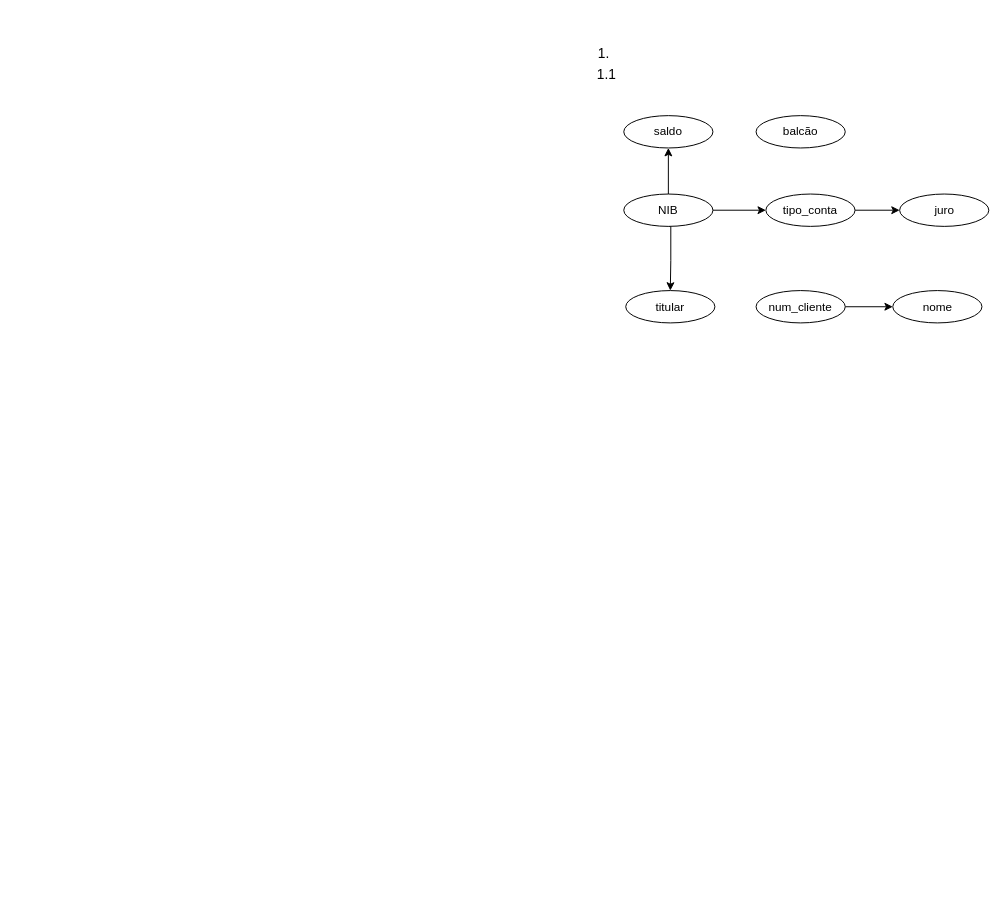
The draw.io diagram 2019/Teoricas/EIBD1920_Ficha_de_Normalizacao_1.0.drawio in TiagoCaetanoPT/Base-Dados, before the edit. Source tidied: cells renumbered, new cells numbered last; positions are measured from the earlier drawing's top-left corner, leaving out a move shared by most shapes. Both pictures are drawn from the tidied source at 98%, with x=0, y=0 at pixel (595, 42).
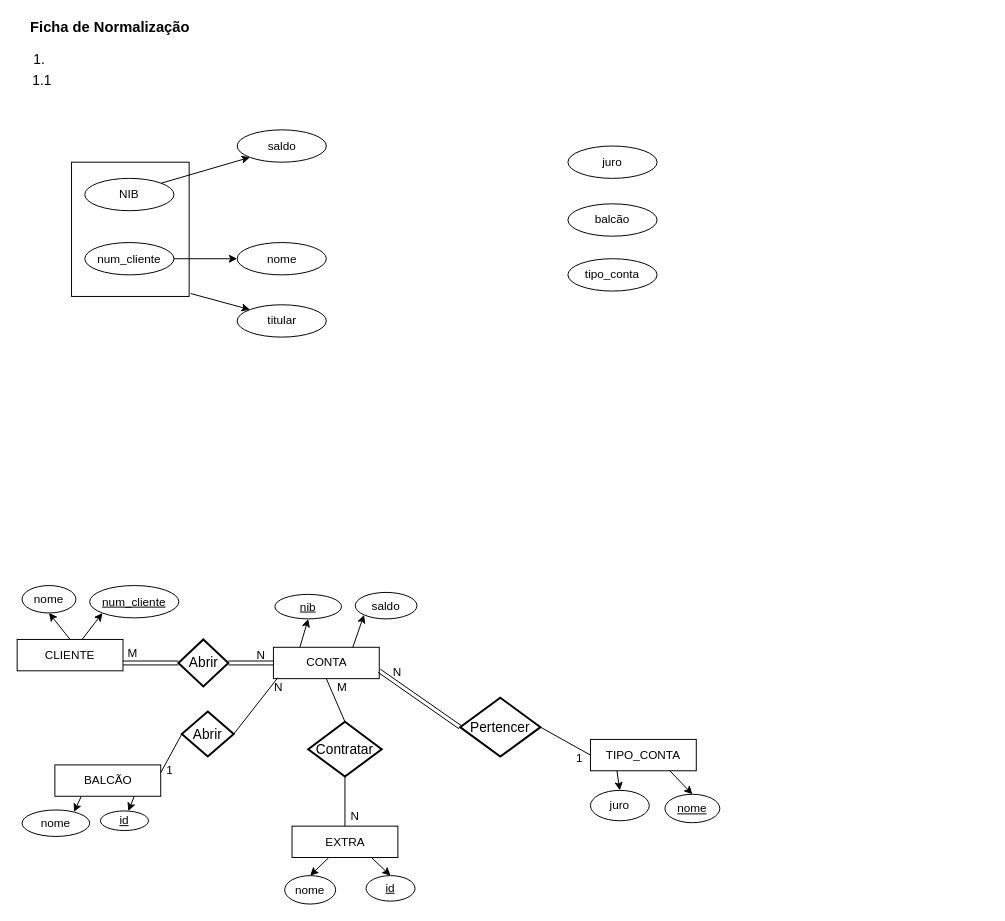
The same page after the edit.

The edit, as a diff of the source:
```diff
@@
+    <mxCell id="17" style="rounded=0;whiteSpace=wrap;html=1;" parent="1" vertex="1">
+      <mxGeometry x="-534.5" y="122" width="120" height="137" as="geometry" />
+    </mxCell>
     <mxCell id="2" value="balcão" style="ellipse;whiteSpace=wrap;html=1;" parent="1" vertex="1">
-      <mxGeometry x="164" y="74.5" width="91" height="33" as="geometry" />
+      <mxGeometry x="-28" y="164.5" width="91" height="33" as="geometry" />
     </mxCell>
     <mxCell id="3" value="nome" style="ellipse;whiteSpace=wrap;html=1;" parent="1" vertex="1">
-      <mxGeometry x="303.5" y="253" width="91" height="33" as="geometry" />
+      <mxGeometry x="-365.5" y="204" width="91" height="33" as="geometry" />
     </mxCell>
-    <mxCell id="4" value="titular" style="ellipse;whiteSpace=wrap;html=1;" parent="1" vertex="1">
-      <mxGeometry x="31" y="253" width="91" height="33" as="geometry" />
-    </mxCell>
     <mxCell id="5" value="saldo" style="ellipse;whiteSpace=wrap;html=1;" parent="1" vertex="1">
-      <mxGeometry x="29" y="74.5" width="91" height="33" as="geometry" />
+      <mxGeometry x="-365.5" y="89" width="91" height="33" as="geometry" />
     </mxCell>
-    <mxCell id="6" style="edgeStyle=orthogonalEdgeStyle;rounded=0;jettySize=auto;html=1;exitX=1;exitY=0.5;exitDx=0;exitDy=0;entryX=0;entryY=0.5;entryDx=0;entryDy=0;" parent="1" edge="1" source="7" target="8">
-      <mxGeometry relative="1" as="geometry" />
-    </mxCell>
     <mxCell id="7" value="tipo_conta" style="ellipse;whiteSpace=wrap;html=1;" parent="1" vertex="1">
-      <mxGeometry x="174" y="154.5" width="91" height="33" as="geometry" />
+      <mxGeometry x="-28" y="220.5" width="91" height="33" as="geometry" />
     </mxCell>
     <mxCell id="8" value="juro" style="ellipse;whiteSpace=wrap;html=1;" parent="1" vertex="1">
-      <mxGeometry x="310.5" y="154.5" width="91" height="33" as="geometry" />
+      <mxGeometry x="-28" y="105.5" width="91" height="33" as="geometry" />
     </mxCell>
-    <mxCell id="9" style="edgeStyle=orthogonalEdgeStyle;rounded=0;jettySize=auto;html=1;exitX=0.5;exitY=0;exitDx=0;exitDy=0;entryX=0.5;entryY=1;entryDx=0;entryDy=0;" parent="1" edge="1" source="14" target="5">
-      <mxGeometry relative="1" as="geometry" />
-    </mxCell>
-    <mxCell id="10" style="edgeStyle=orthogonalEdgeStyle;rounded=0;jettySize=auto;html=1;exitX=0.5;exitY=1;exitDx=0;exitDy=0;entryX=0.5;entryY=0;entryDx=0;entryDy=0;" parent="1" edge="1" source="14" target="4">
-      <mxGeometry relative="1" as="geometry">
-        <Array as="points">
-          <mxPoint x="77" y="222.5" />
-          <mxPoint x="77" y="222.5" />
-        </Array>
-      </mxGeometry>
-    </mxCell>
-    <mxCell id="11" style="edgeStyle=orthogonalEdgeStyle;rounded=0;jettySize=auto;html=1;exitX=1;exitY=0.5;exitDx=0;exitDy=0;" parent="1" edge="1" source="12" target="3">
-      <mxGeometry relative="1" as="geometry" />
-    </mxCell>
     <mxCell id="12" value="num_cliente" style="ellipse;whiteSpace=wrap;html=1;" parent="1" vertex="1">
-      <mxGeometry x="164" y="253" width="91" height="33" as="geometry" />
+      <mxGeometry x="-521" y="204" width="91" height="33" as="geometry" />
     </mxCell>
-    <mxCell id="13" style="edgeStyle=orthogonalEdgeStyle;rounded=0;jettySize=auto;html=1;exitX=1;exitY=0.5;exitDx=0;exitDy=0;entryX=0;entryY=0.5;entryDx=0;entryDy=0;" parent="1" edge="1" source="14" target="7">
-      <mxGeometry relative="1" as="geometry" />
-    </mxCell>
     <mxCell id="14" value="NIB" style="ellipse;whiteSpace=wrap;html=1;" parent="1" vertex="1">
-      <mxGeometry x="29" y="154.5" width="91" height="33" as="geometry" />
+      <mxGeometry x="-521" y="138.5" width="91" height="33" as="geometry" />
     </mxCell>
     <mxCell id="15" value="&lt;font style=&quot;font-size: 14px&quot;&gt;1.&lt;/font&gt;" style="text;html=1;align=left;verticalAlign=top;spacingTop=-4;" parent="1" vertex="1">
-      <mxGeometry x="1" width="22" height="15" as="geometry" />
+      <mxGeometry x="-575" y="6" width="22" height="15" as="geometry" />
     </mxCell>
     <mxCell id="16" value="&lt;font style=&quot;font-size: 14px&quot;&gt;1.1&lt;br&gt;&lt;/font&gt;" style="text;html=1;align=left;verticalAlign=top;spacingTop=-4;" parent="1" vertex="1">
-      <mxGeometry y="22" width="29" height="15" as="geometry" />
+      <mxGeometry x="-576" y="28" width="29" height="15" as="geometry" />
     </mxCell>
+    <mxCell id="4" value="titular" style="ellipse;whiteSpace=wrap;html=1;" parent="1" vertex="1">
+      <mxGeometry x="-365.5" y="267.5" width="91" height="33" as="geometry" />
+    </mxCell>
+    <mxCell id="11" style="endArrow=classic;html=1;exitX=1;exitY=0.5;exitDx=0;exitDy=0;entryX=0;entryY=0.5;entryDx=0;entryDy=0;" parent="1" edge="1" source="12" target="3">
+      <mxGeometry relative="1" as="geometry" />
+    </mxCell>
+    <mxCell id="18" style="endArrow=classic;html=1;entryX=0;entryY=0;entryDx=0;entryDy=0;exitX=1.013;exitY=0.978;exitDx=0;exitDy=0;exitPerimeter=0;" parent="1" edge="1" source="17" target="4">
+      <mxGeometry relative="1" as="geometry" />
+    </mxCell>
+    <mxCell id="9" style="endArrow=classic;html=1;exitX=1;exitY=0;exitDx=0;exitDy=0;entryX=0;entryY=1;entryDx=0;entryDy=0;" parent="1" edge="1" source="14" target="5">
+      <mxGeometry relative="1" as="geometry" />
+    </mxCell>
+    <mxCell id="19" value="CLIENTE" style="rounded=0;whiteSpace=wrap;html=1;" parent="1" vertex="1">
+      <mxGeometry x="-590" y="609" width="108" height="32" as="geometry" />
+    </mxCell>
+    <mxCell id="20" value="CONTA" style="rounded=0;whiteSpace=wrap;html=1;" parent="1" vertex="1">
+      <mxGeometry x="-328.5" y="617" width="108" height="32" as="geometry" />
+    </mxCell>
+    <mxCell id="21" value="nib" style="ellipse;whiteSpace=wrap;html=1;fontStyle=4;" parent="1" vertex="1">
+      <mxGeometry x="-327" y="563" width="68" height="25" as="geometry" />
+    </mxCell>
+    <mxCell id="22" style="endArrow=classic;html=1;exitX=0.25;exitY=0;exitDx=0;exitDy=0;entryX=0.5;entryY=1;entryDx=0;entryDy=0;" parent="1" edge="1" source="20" target="21">
+      <mxGeometry relative="1" as="geometry" />
+    </mxCell>
+    <mxCell id="23" style="endArrow=classic;html=1;entryX=0;entryY=1;entryDx=0;entryDy=0;exitX=0.75;exitY=0;exitDx=0;exitDy=0;" parent="1" edge="1" source="20" target="24">
+      <mxGeometry relative="1" as="geometry" />
+    </mxCell>
+    <mxCell id="24" value="saldo" style="ellipse;whiteSpace=wrap;html=1;" parent="1" vertex="1">
+      <mxGeometry x="-245" y="561" width="63" height="27" as="geometry" />
+    </mxCell>
+    <mxCell id="25" value="TIPO_CONTA" style="rounded=0;whiteSpace=wrap;html=1;" parent="1" vertex="1">
+      <mxGeometry x="-5" y="711" width="108" height="32" as="geometry" />
+    </mxCell>
+    <mxCell id="26" value="juro" style="ellipse;whiteSpace=wrap;html=1;" parent="1" vertex="1">
+      <mxGeometry x="-5" y="763" width="60" height="31" as="geometry" />
+    </mxCell>
+    <mxCell id="27" value="nome" style="ellipse;whiteSpace=wrap;html=1;" parent="1" vertex="1">
+      <mxGeometry x="-585" y="554" width="55" height="28" as="geometry" />
+    </mxCell>
+    <mxCell id="28" value="num_cliente" style="ellipse;whiteSpace=wrap;html=1;fontStyle=4;" parent="1" vertex="1">
+      <mxGeometry x="-516" y="554" width="91" height="33" as="geometry" />
+    </mxCell>
+    <mxCell id="29" value="nome" style="ellipse;whiteSpace=wrap;html=1;fontStyle=4;" parent="1" vertex="1">
+      <mxGeometry x="71" y="767" width="56" height="29" as="geometry" />
+    </mxCell>
+    <mxCell id="30" style="endArrow=classic;html=1;entryX=0.5;entryY=1;entryDx=0;entryDy=0;exitX=0.5;exitY=0;exitDx=0;exitDy=0;" parent="1" edge="1" source="19" target="27">
+      <mxGeometry relative="1" as="geometry" />
+    </mxCell>
+    <mxCell id="31" style="endArrow=classic;html=1;entryX=0;entryY=1;entryDx=0;entryDy=0;" parent="1" edge="1" source="19" target="28">
+      <mxGeometry relative="1" as="geometry" />
+    </mxCell>
+    <mxCell id="32" value="EXTRA" style="rounded=0;whiteSpace=wrap;html=1;" parent="1" vertex="1">
+      <mxGeometry x="-309.5" y="799.5" width="108" height="32" as="geometry" />
+    </mxCell>
+    <mxCell id="33" value="nome" style="ellipse;whiteSpace=wrap;html=1;" parent="1" vertex="1">
+      <mxGeometry x="-317" y="850" width="52" height="29" as="geometry" />
+    </mxCell>
+    <mxCell id="34" style="endArrow=classic;html=1;entryX=0.5;entryY=0;entryDx=0;entryDy=0;" parent="1" edge="1" source="32" target="33">
+      <mxGeometry relative="1" as="geometry" />
+    </mxCell>
+    <mxCell id="35" style="endArrow=classic;html=1;exitX=0.25;exitY=1;exitDx=0;exitDy=0;entryX=0.5;entryY=0;entryDx=0;entryDy=0;" parent="1" edge="1" source="25" target="26">
+      <mxGeometry relative="1" as="geometry" />
+    </mxCell>
+    <mxCell id="36" style="endArrow=classic;html=1;exitX=0.75;exitY=1;exitDx=0;exitDy=0;entryX=0.5;entryY=0;entryDx=0;entryDy=0;" parent="1" edge="1" source="25" target="29">
+      <mxGeometry relative="1" as="geometry" />
+    </mxCell>
+    <mxCell id="37" value="BALCÃO" style="rounded=0;whiteSpace=wrap;html=1;" parent="1" vertex="1">
+      <mxGeometry x="-551.5" y="737" width="108" height="32" as="geometry" />
+    </mxCell>
+    <mxCell id="38" value="nome" style="ellipse;whiteSpace=wrap;html=1;" parent="1" vertex="1">
+      <mxGeometry x="-585" y="783" width="69" height="27" as="geometry" />
+    </mxCell>
+    <mxCell id="39" value="id" style="ellipse;whiteSpace=wrap;html=1;fontStyle=4;" parent="1" vertex="1">
+      <mxGeometry x="-505" y="784" width="49" height="20" as="geometry" />
+    </mxCell>
+    <mxCell id="40" value="id" style="ellipse;whiteSpace=wrap;html=1;fontStyle=4;" parent="1" vertex="1">
+      <mxGeometry x="-234" y="850" width="50" height="26" as="geometry" />
+    </mxCell>
+    <mxCell id="41" style="endArrow=classic;html=1;entryX=0.5;entryY=0;entryDx=0;entryDy=0;exitX=0.75;exitY=1;exitDx=0;exitDy=0;" parent="1" edge="1" source="32" target="40">
+      <mxGeometry relative="1" as="geometry" />
+    </mxCell>
+    <mxCell id="42" style="endArrow=classic;html=1;entryX=0.768;entryY=0.074;entryDx=0;entryDy=0;exitX=0.25;exitY=1;exitDx=0;exitDy=0;entryPerimeter=0;" parent="1" edge="1" source="37" target="38">
+      <mxGeometry relative="1" as="geometry" />
+    </mxCell>
+    <mxCell id="43" style="endArrow=classic;html=1;exitX=0.75;exitY=1;exitDx=0;exitDy=0;" parent="1" edge="1" source="37" target="39">
+      <mxGeometry relative="1" as="geometry" />
+    </mxCell>
+    <mxCell id="44" value="Abrir" style="shape=rhombus;strokeWidth=2;fontSize=17;perimeter=rhombusPerimeter;whiteSpace=wrap;html=1;align=center;fontSize=14;" parent="1" vertex="1">
+      <mxGeometry x="-425.5" y="609" width="51" height="48" as="geometry" />
+    </mxCell>
+    <mxCell id="45" value="Pertencer" style="shape=rhombus;strokeWidth=2;fontSize=17;perimeter=rhombusPerimeter;whiteSpace=wrap;html=1;align=center;fontSize=14;" parent="1" vertex="1">
+      <mxGeometry x="-138" y="668.5" width="82" height="60" as="geometry" />
+    </mxCell>
+    <mxCell id="46" style="shape=link;html=1;entryX=1;entryY=0.75;entryDx=0;entryDy=0;exitX=0;exitY=0.5;exitDx=0;exitDy=0;" parent="1" edge="1" source="44" target="19">
+      <mxGeometry relative="1" as="geometry" />
+    </mxCell>
+    <mxCell id="47" style="shape=link;html=1;exitX=0;exitY=0.5;exitDx=0;exitDy=0;entryX=1;entryY=0.5;entryDx=0;entryDy=0;" parent="1" edge="1" source="20" target="44">
+      <mxGeometry relative="1" as="geometry" />
+    </mxCell>
+    <mxCell id="48" style="shape=link;html=1;entryX=1;entryY=0.75;entryDx=0;entryDy=0;exitX=0;exitY=0.5;exitDx=0;exitDy=0;" parent="1" edge="1" source="45" target="20">
+      <mxGeometry relative="1" as="geometry" />
+    </mxCell>
+    <mxCell id="49" value="Abrir" style="shape=rhombus;strokeWidth=2;fontSize=17;perimeter=rhombusPerimeter;whiteSpace=wrap;html=1;align=center;fontSize=14;" parent="1" vertex="1">
+      <mxGeometry x="-422" y="682.5" width="53" height="46" as="geometry" />
+    </mxCell>
+    <mxCell id="50" style="endArrow=none;html=1;entryX=0.042;entryY=0.969;entryDx=0;entryDy=0;entryPerimeter=0;exitX=1;exitY=0.5;exitDx=0;exitDy=0;" parent="1" edge="1" source="49" target="20">
+      <mxGeometry relative="1" as="geometry" />
+    </mxCell>
+    <mxCell id="51" value="N" style="text;html=1;strokeColor=none;fillColor=none;align=center;verticalAlign=middle;whiteSpace=wrap;rounded=0;" parent="1" vertex="1">
+      <mxGeometry x="-361" y="615" width="40" height="20" as="geometry" />
+    </mxCell>
+    <mxCell id="52" value="M" style="text;html=1;strokeColor=none;fillColor=none;align=center;verticalAlign=middle;whiteSpace=wrap;rounded=0;" parent="1" vertex="1">
+      <mxGeometry x="-492" y="613" width="40" height="20" as="geometry" />
+    </mxCell>
+    <mxCell id="53" value="N" style="text;html=1;strokeColor=none;fillColor=none;align=center;verticalAlign=middle;whiteSpace=wrap;rounded=0;" parent="1" vertex="1">
+      <mxGeometry x="-343.5" y="648" width="40" height="20" as="geometry" />
+    </mxCell>
+    <mxCell id="54" style="endArrow=none;html=1;entryX=0;entryY=0.5;entryDx=0;entryDy=0;exitX=1;exitY=0.25;exitDx=0;exitDy=0;" parent="1" edge="1" source="37" target="49">
+      <mxGeometry relative="1" as="geometry" />
+    </mxCell>
+    <mxCell id="55" value="1" style="text;html=1;strokeColor=none;fillColor=none;align=center;verticalAlign=middle;whiteSpace=wrap;rounded=0;" parent="1" vertex="1">
+      <mxGeometry x="-454.5" y="733" width="40" height="20" as="geometry" />
+    </mxCell>
+    <mxCell id="56" value="N" style="text;html=1;strokeColor=none;fillColor=none;align=center;verticalAlign=middle;whiteSpace=wrap;rounded=0;" parent="1" vertex="1">
+      <mxGeometry x="-222.5" y="633" width="40" height="20" as="geometry" />
+    </mxCell>
+    <mxCell id="57" style="endArrow=none;html=1;entryX=1;entryY=0.5;entryDx=0;entryDy=0;exitX=0;exitY=0.5;exitDx=0;exitDy=0;" parent="1" edge="1" source="25" target="45">
+      <mxGeometry relative="1" as="geometry" />
+    </mxCell>
+    <mxCell id="58" value="1" style="text;html=1;strokeColor=none;fillColor=none;align=center;verticalAlign=middle;whiteSpace=wrap;rounded=0;" parent="1" vertex="1">
+      <mxGeometry x="-36" y="721" width="40" height="20" as="geometry" />
+    </mxCell>
+    <mxCell id="59" value="Contratar" style="shape=rhombus;strokeWidth=2;fontSize=17;perimeter=rhombusPerimeter;whiteSpace=wrap;html=1;align=center;fontSize=14;" parent="1" vertex="1">
+      <mxGeometry x="-293" y="693" width="75" height="56" as="geometry" />
+    </mxCell>
+    <mxCell id="60" value="N" style="text;html=1;strokeColor=none;fillColor=none;align=center;verticalAlign=middle;whiteSpace=wrap;rounded=0;" parent="1" vertex="1">
+      <mxGeometry x="-265" y="779.5" width="40" height="20" as="geometry" />
+    </mxCell>
+    <mxCell id="61" style="endArrow=none;html=1;entryX=0.5;entryY=1;entryDx=0;entryDy=0;exitX=0.5;exitY=0;exitDx=0;exitDy=0;" parent="1" edge="1" source="32" target="59">
+      <mxGeometry relative="1" as="geometry" />
+    </mxCell>
+    <mxCell id="62" style="endArrow=none;html=1;entryX=0.5;entryY=1;entryDx=0;entryDy=0;exitX=0.5;exitY=0;exitDx=0;exitDy=0;" parent="1" edge="1" source="59" target="20">
+      <mxGeometry relative="1" as="geometry" />
+    </mxCell>
+    <mxCell id="63" value="M" style="text;html=1;strokeColor=none;fillColor=none;align=center;verticalAlign=middle;whiteSpace=wrap;rounded=0;" parent="1" vertex="1">
+      <mxGeometry x="-278.5" y="648" width="40" height="20" as="geometry" />
+    </mxCell>
+    <mxCell id="64" value="Ficha de Normalização&lt;br style=&quot;font-size: 15px;&quot;&gt;" style="text;html=1;strokeColor=none;fillColor=none;align=center;verticalAlign=middle;whiteSpace=wrap;rounded=0;fontStyle=1;fontSize=15;" parent="1" vertex="1">
+      <mxGeometry x="-590" y="-26" width="190" height="20" as="geometry" />
+    </mxCell>
```
